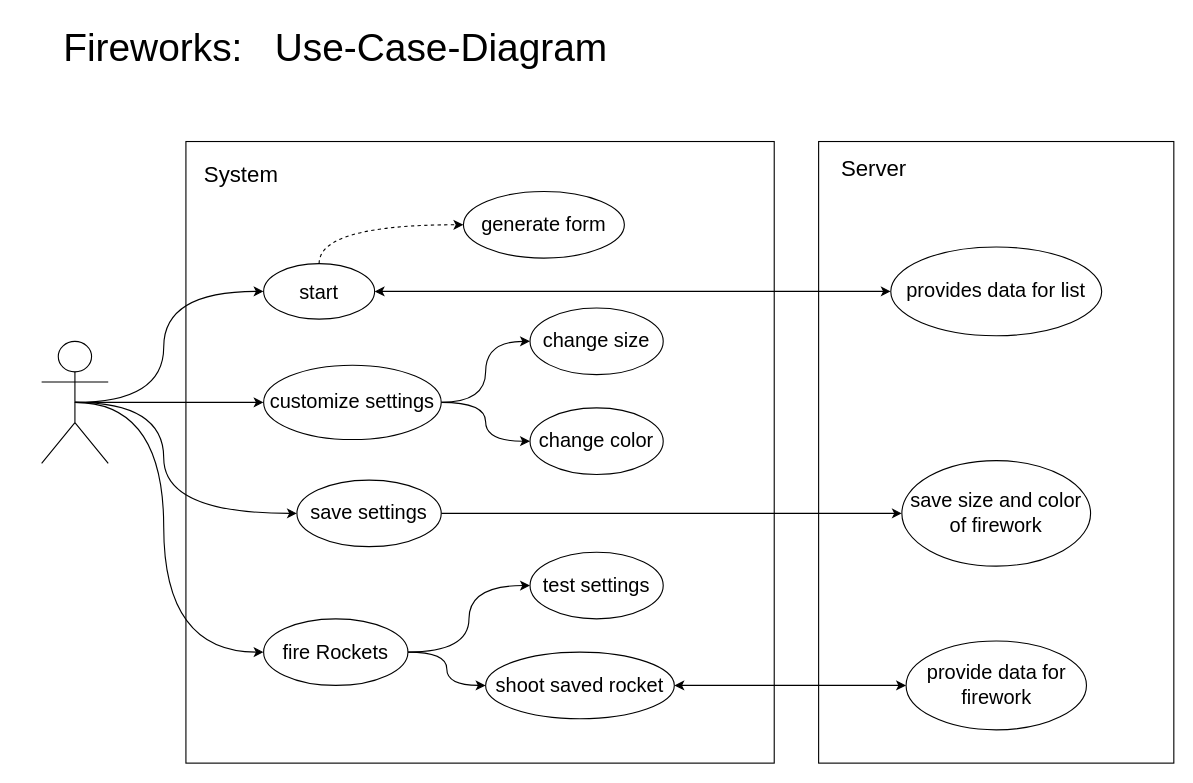
Above: page "Use-Case" (1 of 5) of Konzept/Konzept.drawio in alinamarx/EIA2-EndabgabeWiSe22-23 (draw.io), before the change. Source tidied: cells renumbered, new cells numbered last; positions are measured from the earlier drawing's top-left corner, leaving out a move shared by most shapes. Both pictures are drawn from the tidied source at 111%, with x=0, y=0 at pixel (19, 19).
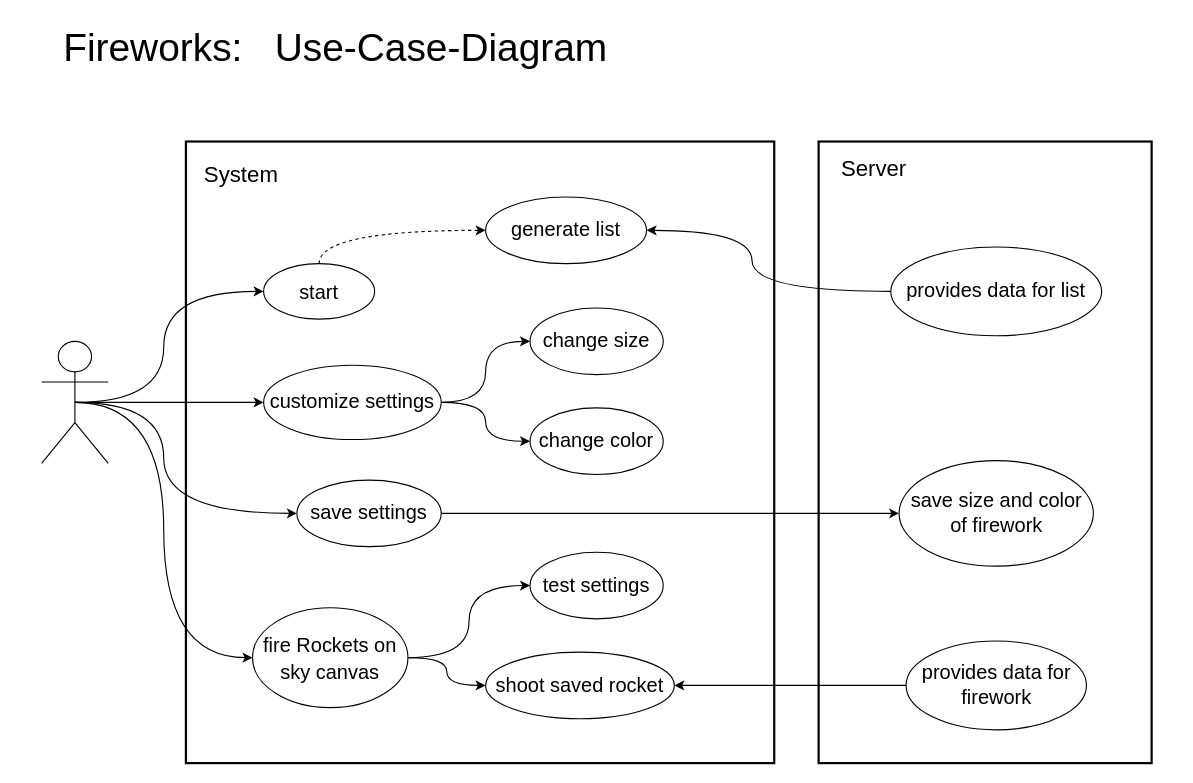
The same page after the edit.

The change refers to these unchanged cells:
```xml
<mxCell id="3" style="shape=umlActor;verticalLabelPosition=bottom;verticalAlign=top;html=1;outlineConnect=0;fontSize=18;" parent="1" vertex="1">
  <mxGeometry x="20" y="290" width="60" height="110" as="geometry" />
</mxCell>
<mxCell id="10" value="&lt;font style=&quot;font-size: 18px;&quot;&gt;start&lt;/font&gt;" style="ellipse;whiteSpace=wrap;html=1;fontSize=20;" parent="1" vertex="1">
  <mxGeometry x="220" y="220" width="100" height="50" as="geometry" />
</mxCell>
<mxCell id="23" value="shoot saved rocket" style="ellipse;whiteSpace=wrap;html=1;fontSize=18;" parent="1" vertex="1">
  <mxGeometry x="420" y="570" width="170" height="60" as="geometry" />
</mxCell>
<mxCell id="27" value="provides data for list" style="ellipse;whiteSpace=wrap;html=1;fontSize=18;" parent="1" vertex="1">
  <mxGeometry x="785" y="205" width="190" height="80" as="geometry" />
</mxCell>
```

The edit, as a diff of the source:
```diff
@@
-    <mxCell id="4" style="rounded=0;whiteSpace=wrap;html=1;fontSize=18;" parent="1" vertex="1">
+    <mxCell id="4" style="rounded=0;whiteSpace=wrap;html=1;fontSize=18;strokeWidth=2;" parent="1" vertex="1">
       <mxGeometry x="150" y="110" width="530" height="560" as="geometry" />
     </mxCell>
-    <mxCell id="5" style="rounded=0;whiteSpace=wrap;html=1;fontSize=18;" parent="1" vertex="1">
-      <mxGeometry x="720" y="110" width="320" height="560" as="geometry" />
+    <mxCell id="5" style="rounded=0;whiteSpace=wrap;html=1;fontSize=18;strokeWidth=2;" parent="1" vertex="1">
+      <mxGeometry x="720" y="110" width="300" height="560" as="geometry" />
     </mxCell>
@@
-    <mxCell id="8" style="edgeStyle=orthogonalEdgeStyle;curved=1;jettySize=auto;html=1;exitX=1;exitY=0.5;exitDx=0;exitDy=0;entryX=0;entryY=0.5;entryDx=0;entryDy=0;fontSize=18;startArrow=classic;startFill=1;" parent="1" edge="1" source="10" target="27">
-      <mxGeometry relative="1" as="geometry" />
+    <mxCell id="8" style="edgeStyle=orthogonalEdgeStyle;curved=1;jettySize=auto;html=1;exitX=1;exitY=0.5;exitDx=0;exitDy=0;entryX=0;entryY=0.5;entryDx=0;entryDy=0;fontSize=18;startArrow=classic;startFill=1;endArrow=none;endFill=0;" parent="1" edge="1" source="31" target="27">
+      <mxGeometry relative="1" as="geometry">
+        <Array as="points">
+          <mxPoint x="660" y="190" />
+          <mxPoint x="660" y="245" />
+        </Array>
+      </mxGeometry>
     </mxCell>
@@
-    <mxCell id="13" value="&lt;font style=&quot;font-size: 18px;&quot;&gt;fire Rockets&lt;/font&gt;" style="ellipse;whiteSpace=wrap;html=1;fontSize=20;" parent="1" vertex="1">
-      <mxGeometry x="220" y="540" width="130" height="60" as="geometry" />
+    <mxCell id="13" value="&lt;font style=&quot;font-size: 18px;&quot;&gt;fire Rockets on sky canvas&lt;/font&gt;" style="ellipse;whiteSpace=wrap;html=1;fontSize=20;" parent="1" vertex="1">
+      <mxGeometry x="210" y="530" width="140" height="90" as="geometry" />
     </mxCell>
@@
-    <mxCell id="22" style="edgeStyle=orthogonalEdgeStyle;curved=1;jettySize=auto;html=1;exitX=1;exitY=0.5;exitDx=0;exitDy=0;entryX=0;entryY=0.5;entryDx=0;entryDy=0;fontSize=18;startArrow=classic;startFill=1;" parent="1" edge="1" source="23" target="29">
+    <mxCell id="22" style="edgeStyle=orthogonalEdgeStyle;curved=1;jettySize=auto;html=1;exitX=1;exitY=0.5;exitDx=0;exitDy=0;entryX=0;entryY=0.5;entryDx=0;entryDy=0;fontSize=18;startArrow=classic;startFill=1;endArrow=none;endFill=0;" parent="1" edge="1" source="23" target="29">
       <mxGeometry relative="1" as="geometry" />
     </mxCell>
@@
-    <mxCell id="25" style="edgeStyle=orthogonalEdgeStyle;curved=1;jettySize=auto;html=1;exitX=0.5;exitY=0.5;exitDx=0;exitDy=0;exitPerimeter=0;entryX=0;entryY=0.5;entryDx=0;entryDy=0;fontSize=18;" parent="1" edge="1" source="3" target="13">
-      <mxGeometry relative="1" as="geometry">
-        <Array as="points">
-          <mxPoint x="130" y="345" />
-          <mxPoint x="130" y="570" />
-        </Array>
-      </mxGeometry>
-    </mxCell>
@@
     <mxCell id="28" value="save size and color of firework" style="ellipse;whiteSpace=wrap;html=1;fontSize=18;" parent="1" vertex="1">
-      <mxGeometry x="795" y="397.5" width="170" height="95" as="geometry" />
+      <mxGeometry x="792.5" y="397.5" width="175" height="95" as="geometry" />
     </mxCell>
-    <mxCell id="29" value="provide data for firework" style="ellipse;whiteSpace=wrap;html=1;fontSize=18;" parent="1" vertex="1">
+    <mxCell id="29" value="provides data for firework" style="ellipse;whiteSpace=wrap;html=1;fontSize=18;" parent="1" vertex="1">
       <mxGeometry x="798.8" y="560" width="162.5" height="80" as="geometry" />
     </mxCell>
@@
-    <mxCell id="31" value="generate form" style="ellipse;whiteSpace=wrap;html=1;fontSize=18;" parent="1" vertex="1">
-      <mxGeometry x="400" y="155" width="145" height="60" as="geometry" />
+    <mxCell id="31" value="generate list" style="ellipse;whiteSpace=wrap;html=1;fontSize=18;" parent="1" vertex="1">
+      <mxGeometry x="420" y="160" width="145" height="60" as="geometry" />
     </mxCell>
+    <mxCell id="25" style="edgeStyle=orthogonalEdgeStyle;jettySize=auto;html=1;exitX=0.5;exitY=0.5;exitDx=0;exitDy=0;exitPerimeter=0;entryX=0;entryY=0.5;entryDx=0;entryDy=0;endArrow=classic;endFill=1;curved=1;" parent="1" edge="1" source="3" target="13">
+      <mxGeometry relative="1" as="geometry">
+        <Array as="points">
+          <mxPoint x="130" y="345" />
+          <mxPoint x="130" y="575" />
+        </Array>
+      </mxGeometry>
+    </mxCell>
```
